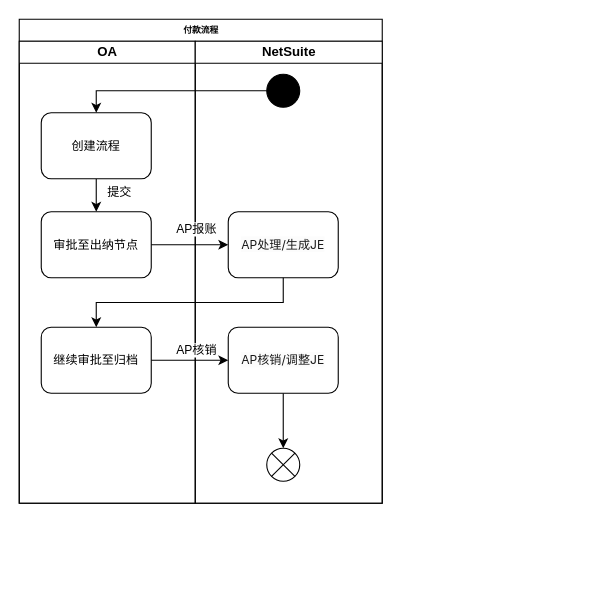
Above: 未命名绘图.drawio in xyzroundo/drawio (draw.io), before the change. Source tidied: cells renumbered, new cells numbered last; positions are measured from the earlier drawing's top-left corner, leaving out a move shared by most shapes. Both pictures are drawn from the tidied source at 110%, with x=0, y=0 at pixel (19, 19).
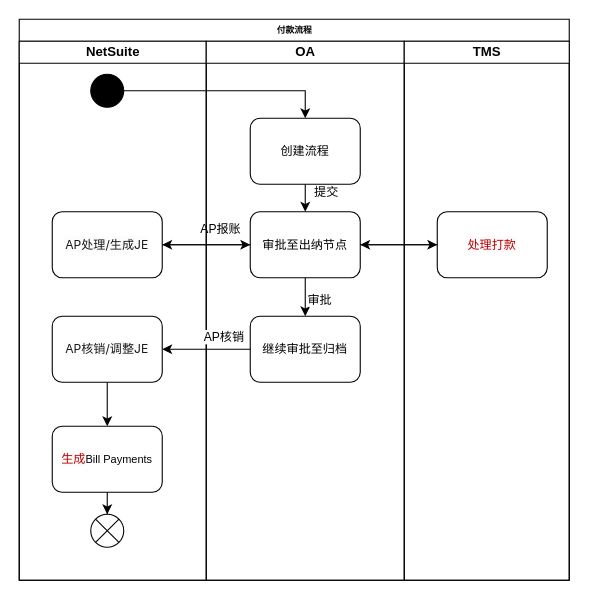
After the change.

The change refers to these unchanged cells:
```xml
<mxCell id="18" style="edgeStyle=orthogonalEdgeStyle;rounded=0;jettySize=auto;html=1;" parent="2" edge="1" source="8" target="12">
  <mxGeometry relative="1" as="geometry" />
</mxCell>
```

Change to the diagram source:
```diff
@@
     <mxCell id="2" value="付款流程" style="swimlane;html=1;startSize=20;rounded=0;shadow=0;labelBackgroundColor=none;strokeWidth=1;fontFamily=Verdana;fontSize=8;align=center;" parent="1" vertex="1">
-      <mxGeometry width="330" height="440" as="geometry" />
+      <mxGeometry width="500" height="510" as="geometry" />
     </mxCell>
+    <mxCell id="15" style="edgeStyle=orthogonalEdgeStyle;rounded=0;jettySize=auto;html=1;" parent="2" edge="1" source="7" target="10">
+      <mxGeometry relative="1" as="geometry" />
+    </mxCell>
+    <mxCell id="16" value="AP报账" style="edgeLabel;html=1;align=center;verticalAlign=middle;" parent="15" vertex="1">
+      <mxGeometry x="-0.18" relative="1" as="geometry">
+        <mxPoint x="5" y="-15" as="offset" />
+      </mxGeometry>
+    </mxCell>
+    <mxCell id="9" value="NetSuite" style="swimlane;html=1;startSize=20;" parent="2" vertex="1">
+      <mxGeometry y="20" width="170" height="490" as="geometry" />
+    </mxCell>
+    <mxCell id="10" value="&lt;span style=&quot;margin: 0px; padding: 0px; border: 0px; font-variant-numeric: inherit; font-variant-east-asian: inherit; font-variant-alternates: inherit; font-variant-position: inherit; font-variant-emoji: inherit; font-stretch: inherit; line-height: inherit; font-family: &amp;quot;PingFang SC&amp;quot;, -apple-system, BlinkMacSystemFont, &amp;quot;Segoe UI&amp;quot;, Roboto, Ubuntu, &amp;quot;Helvetica Neue&amp;quot;, Helvetica, Arial, &amp;quot;Hiragino Sans GB&amp;quot;, &amp;quot;Microsoft YaHei UI&amp;quot;, &amp;quot;Microsoft YaHei&amp;quot;, &amp;quot;Source Han Sans CN&amp;quot;, sans-serif; font-optical-sizing: inherit; font-size-adjust: inherit; font-kerning: inherit; font-feature-settings: inherit; font-variation-settings: inherit; vertical-align: baseline; color: rgba(0, 0, 0, 0.9); text-align: start; background-color: rgb(252, 252, 252);&quot;&gt;&lt;font&gt;AP处理/生成JE&lt;/font&gt;&lt;/span&gt;" style="rounded=1;whiteSpace=wrap;html=1;shadow=0;labelBackgroundColor=none;strokeWidth=1;fontFamily=Verdana;fontSize=11;align=center;fontStyle=0;" parent="9" vertex="1">
+      <mxGeometry x="30" y="155" width="100" height="60" as="geometry" />
+    </mxCell>
+    <mxCell id="21" style="edgeStyle=orthogonalEdgeStyle;rounded=0;jettySize=auto;html=1;entryX=0.5;entryY=0;entryDx=0;entryDy=0;" parent="9" edge="1" source="12" target="22">
+      <mxGeometry relative="1" as="geometry" />
+    </mxCell>
+    <mxCell id="12" value="&lt;span style=&quot;margin: 0px; padding: 0px; border: 0px; font-variant-numeric: inherit; font-variant-east-asian: inherit; font-variant-alternates: inherit; font-variant-position: inherit; font-variant-emoji: inherit; font-stretch: inherit; line-height: inherit; font-family: &amp;quot;PingFang SC&amp;quot;, -apple-system, BlinkMacSystemFont, &amp;quot;Segoe UI&amp;quot;, Roboto, Ubuntu, &amp;quot;Helvetica Neue&amp;quot;, Helvetica, Arial, &amp;quot;Hiragino Sans GB&amp;quot;, &amp;quot;Microsoft YaHei UI&amp;quot;, &amp;quot;Microsoft YaHei&amp;quot;, &amp;quot;Source Han Sans CN&amp;quot;, sans-serif; font-optical-sizing: inherit; font-size-adjust: inherit; font-kerning: inherit; font-feature-settings: inherit; font-variation-settings: inherit; vertical-align: baseline; color: rgba(0, 0, 0, 0.9); text-align: start; background-color: rgb(252, 252, 252);&quot;&gt;&lt;font&gt;AP核销/调整JE&lt;/font&gt;&lt;/span&gt;" style="rounded=1;whiteSpace=wrap;html=1;shadow=0;labelBackgroundColor=none;strokeWidth=1;fontFamily=Verdana;fontSize=11;align=center;fontStyle=0;" parent="9" vertex="1">
+      <mxGeometry x="30" y="250" width="100" height="60" as="geometry" />
+    </mxCell>
+    <mxCell id="13" style="ellipse;fillColor=strokeColor;html=1;" parent="9" vertex="1">
+      <mxGeometry x="65" y="30" width="30" height="30" as="geometry" />
+    </mxCell>
+    <mxCell id="22" value="&lt;div style=&quot;text-align: start;&quot;&gt;&lt;font face=&quot;PingFang SC, -apple-system, BlinkMacSystemFont, Segoe UI, Roboto, Ubuntu, Helvetica Neue, Helvetica, Arial, Hiragino Sans GB, Microsoft YaHei UI, Microsoft YaHei, Source Han Sans CN, sans-serif&quot; color=&quot;rgba(0, 0, 0, 0.9)&quot;&gt;&lt;span style=&quot;background-color: rgb(252, 252, 252);&quot;&gt;生成&lt;/span&gt;&lt;/font&gt;&lt;span style=&quot;font-family: 微软雅黑; font-size: 7.5pt; background-color: transparent; color: light-dark(rgb(0, 0, 0), rgb(255, 255, 255)); text-align: center;&quot;&gt;Bill Payments&lt;/span&gt;&lt;/div&gt;" style="rounded=1;whiteSpace=wrap;html=1;shadow=0;labelBackgroundColor=none;strokeWidth=1;fontFamily=Verdana;fontSize=11;align=center;fontStyle=0;" parent="9" vertex="1">
+      <mxGeometry x="30" y="350" width="100" height="60" as="geometry" />
+    </mxCell>
     <mxCell id="3" value="OA" style="swimlane;html=1;startSize=20;" parent="2" vertex="1">
-      <mxGeometry y="20" width="160" height="420" as="geometry" />
+      <mxGeometry x="170" y="20" width="180" height="490" as="geometry" />
     </mxCell>
@@
     <mxCell id="6" value="创建流程" style="rounded=1;whiteSpace=wrap;html=1;shadow=0;labelBackgroundColor=none;strokeWidth=1;fontFamily=Verdana;fontSize=11;align=center;" parent="3" vertex="1">
-      <mxGeometry x="20" y="65" width="100" height="60" as="geometry" />
+      <mxGeometry x="40" y="70" width="100" height="60" as="geometry" />
     </mxCell>
+    <mxCell id="23" style="edgeStyle=orthogonalEdgeStyle;rounded=0;jettySize=auto;html=1;entryX=0.5;entryY=0;entryDx=0;entryDy=0;" parent="3" edge="1" source="7" target="8">
+      <mxGeometry relative="1" as="geometry" />
+    </mxCell>
+    <mxCell id="24" value="审批" style="edgeLabel;html=1;align=center;verticalAlign=middle;" parent="23" vertex="1">
+      <mxGeometry x="-0.08" y="4" relative="1" as="geometry">
+        <mxPoint x="16" as="offset" />
+      </mxGeometry>
+    </mxCell>
     <mxCell id="7" value="审批至出纳节点" style="rounded=1;whiteSpace=wrap;html=1;shadow=0;labelBackgroundColor=none;strokeWidth=1;fontFamily=Verdana;fontSize=11;align=center;" parent="3" vertex="1">
-      <mxGeometry x="20" y="155" width="100" height="60" as="geometry" />
+      <mxGeometry x="40" y="155" width="100" height="60" as="geometry" />
     </mxCell>
     <mxCell id="8" value="继续审批至归档" style="rounded=1;whiteSpace=wrap;html=1;shadow=0;labelBackgroundColor=none;strokeWidth=1;fontFamily=Verdana;fontSize=11;align=center;" parent="3" vertex="1">
-      <mxGeometry x="20" y="260" width="100" height="60" as="geometry" />
+      <mxGeometry x="40" y="250" width="100" height="60" as="geometry" />
     </mxCell>
-    <mxCell id="9" value="NetSuite" style="swimlane;html=1;startSize=20;" parent="2" vertex="1">
-      <mxGeometry x="160" y="20" width="170" height="420" as="geometry" />
-    </mxCell>
-    <mxCell id="10" value="&lt;span style=&quot;margin: 0px; padding: 0px; border: 0px; font-variant-numeric: inherit; font-variant-east-asian: inherit; font-variant-alternates: inherit; font-variant-position: inherit; font-variant-emoji: inherit; font-stretch: inherit; line-height: inherit; font-family: &amp;quot;PingFang SC&amp;quot;, -apple-system, BlinkMacSystemFont, &amp;quot;Segoe UI&amp;quot;, Roboto, Ubuntu, &amp;quot;Helvetica Neue&amp;quot;, Helvetica, Arial, &amp;quot;Hiragino Sans GB&amp;quot;, &amp;quot;Microsoft YaHei UI&amp;quot;, &amp;quot;Microsoft YaHei&amp;quot;, &amp;quot;Source Han Sans CN&amp;quot;, sans-serif; font-optical-sizing: inherit; font-size-adjust: inherit; font-kerning: inherit; font-feature-settings: inherit; font-variation-settings: inherit; vertical-align: baseline; color: rgba(0, 0, 0, 0.9); text-align: start; background-color: rgb(252, 252, 252);&quot;&gt;&lt;font&gt;AP处理/生成JE&lt;/font&gt;&lt;/span&gt;" style="rounded=1;whiteSpace=wrap;html=1;shadow=0;labelBackgroundColor=none;strokeWidth=1;fontFamily=Verdana;fontSize=11;align=center;fontStyle=0;" parent="9" vertex="1">
-      <mxGeometry x="30" y="155" width="100" height="60" as="geometry" />
-    </mxCell>
-    <mxCell id="11" style="edgeStyle=orthogonalEdgeStyle;rounded=0;jettySize=auto;html=1;entryX=0.5;entryY=0;entryDx=0;entryDy=0;" parent="9" edge="1" source="12" target="14">
-      <mxGeometry relative="1" as="geometry" />
-    </mxCell>
-    <mxCell id="12" value="&lt;span style=&quot;margin: 0px; padding: 0px; border: 0px; font-variant-numeric: inherit; font-variant-east-asian: inherit; font-variant-alternates: inherit; font-variant-position: inherit; font-variant-emoji: inherit; font-stretch: inherit; line-height: inherit; font-family: &amp;quot;PingFang SC&amp;quot;, -apple-system, BlinkMacSystemFont, &amp;quot;Segoe UI&amp;quot;, Roboto, Ubuntu, &amp;quot;Helvetica Neue&amp;quot;, Helvetica, Arial, &amp;quot;Hiragino Sans GB&amp;quot;, &amp;quot;Microsoft YaHei UI&amp;quot;, &amp;quot;Microsoft YaHei&amp;quot;, &amp;quot;Source Han Sans CN&amp;quot;, sans-serif; font-optical-sizing: inherit; font-size-adjust: inherit; font-kerning: inherit; font-feature-settings: inherit; font-variation-settings: inherit; vertical-align: baseline; color: rgba(0, 0, 0, 0.9); text-align: start; background-color: rgb(252, 252, 252);&quot;&gt;&lt;font&gt;AP核销/调整JE&lt;/font&gt;&lt;/span&gt;" style="rounded=1;whiteSpace=wrap;html=1;shadow=0;labelBackgroundColor=none;strokeWidth=1;fontFamily=Verdana;fontSize=11;align=center;fontStyle=0;" parent="9" vertex="1">
-      <mxGeometry x="30" y="260" width="100" height="60" as="geometry" />
-    </mxCell>
-    <mxCell id="13" style="ellipse;fillColor=strokeColor;html=1;" parent="9" vertex="1">
-      <mxGeometry x="65" y="30" width="30" height="30" as="geometry" />
-    </mxCell>
-    <mxCell id="14" style="shape=sumEllipse;perimeter=ellipsePerimeter;html=1;backgroundOutline=1;" parent="9" vertex="1">
-      <mxGeometry x="65" y="370" width="30" height="30" as="geometry" />
-    </mxCell>
-    <mxCell id="15" style="edgeStyle=orthogonalEdgeStyle;rounded=0;jettySize=auto;html=1;" parent="2" edge="1" source="7" target="10">
-      <mxGeometry relative="1" as="geometry" />
-    </mxCell>
-    <mxCell id="16" value="AP报账" style="edgeLabel;html=1;align=center;verticalAlign=middle;" parent="15" vertex="1">
-      <mxGeometry x="-0.18" relative="1" as="geometry">
-        <mxPoint x="11" y="-15" as="offset" />
-      </mxGeometry>
-    </mxCell>
-    <mxCell id="17" style="edgeStyle=orthogonalEdgeStyle;rounded=0;jettySize=auto;html=1;exitX=0.5;exitY=1;exitDx=0;exitDy=0;" parent="2" edge="1" source="10" target="8">
-      <mxGeometry relative="1" as="geometry" />
-    </mxCell>
@@
     <mxCell id="19" value="AP核销" style="edgeLabel;html=1;align=center;verticalAlign=middle;" parent="18" vertex="1">
       <mxGeometry x="-0.47" y="-1" relative="1" as="geometry">
-        <mxPoint x="21" y="-11" as="offset" />
+        <mxPoint x="-4" y="-11" as="offset" />
       </mxGeometry>
     </mxCell>
@@
+    <mxCell id="25" value="TMS" style="swimlane;html=1;startSize=20;" parent="2" vertex="1">
+      <mxGeometry x="350" y="20" width="150" height="490" as="geometry" />
+    </mxCell>
+    <mxCell id="26" value="&lt;div style=&quot;text-align: start;&quot;&gt;&lt;font face=&quot;PingFang SC, -apple-system, BlinkMacSystemFont, Segoe UI, Roboto, Ubuntu, Helvetica Neue, Helvetica, Arial, Hiragino Sans GB, Microsoft YaHei UI, Microsoft YaHei, Source Han Sans CN, sans-serif&quot; color=&quot;rgba(0, 0, 0, 0.9)&quot;&gt;&lt;span style=&quot;background-color: rgb(252, 252, 252);&quot;&gt;处理打款&lt;/span&gt;&lt;/font&gt;&lt;/div&gt;" style="rounded=1;whiteSpace=wrap;html=1;shadow=0;labelBackgroundColor=none;strokeWidth=1;fontFamily=Verdana;fontSize=11;align=center;fontStyle=0;" parent="25" vertex="1">
+      <mxGeometry x="30" y="155" width="100" height="60" as="geometry" />
+    </mxCell>
+    <mxCell id="27" style="edgeStyle=orthogonalEdgeStyle;rounded=0;jettySize=auto;html=1;" parent="2" edge="1" source="10" target="7">
+      <mxGeometry relative="1" as="geometry" />
+    </mxCell>
+    <mxCell id="28" style="edgeStyle=orthogonalEdgeStyle;rounded=0;jettySize=auto;html=1;" parent="2" edge="1" source="7" target="26">
+      <mxGeometry relative="1" as="geometry" />
+    </mxCell>
+    <mxCell id="29" style="edgeStyle=orthogonalEdgeStyle;rounded=0;jettySize=auto;html=1;" parent="2" edge="1" source="26" target="7">
+      <mxGeometry relative="1" as="geometry" />
+    </mxCell>
+    <mxCell id="14" style="shape=sumEllipse;perimeter=ellipsePerimeter;html=1;backgroundOutline=1;" parent="1" vertex="1">
+      <mxGeometry x="65" y="450" width="30" height="30" as="geometry" />
+    </mxCell>
+    <mxCell id="30" style="edgeStyle=orthogonalEdgeStyle;rounded=0;jettySize=auto;html=1;" parent="1" edge="1" source="22" target="14">
+      <mxGeometry relative="1" as="geometry" />
+    </mxCell>
```
